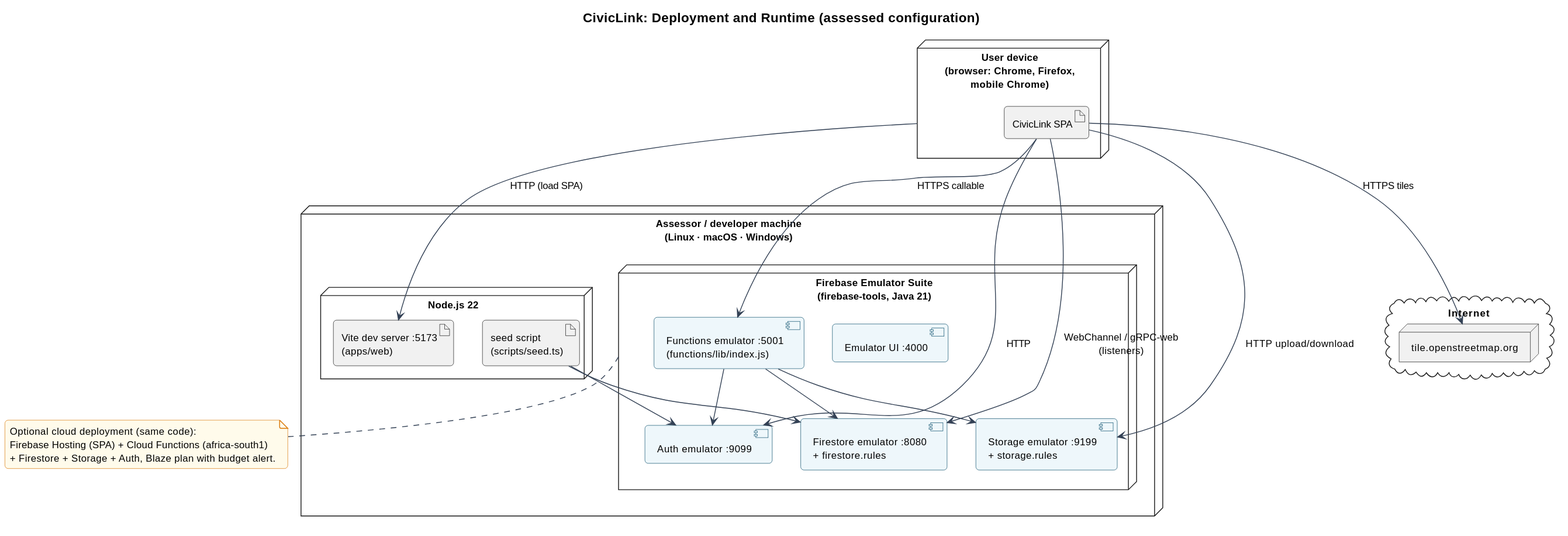
This is docs/diagrams/deployment.svg from altechemist/civiclink, a PlantUML export, as it was before one commit. The source it was exported from:
```plantuml
@startuml
!include _style.iuml
title CivicLink: Deployment and Runtime (assessed configuration)

node "Assessor / developer machine\n(Linux · macOS · Windows)" as PC {
  node "Node.js 22" {
    artifact "Vite dev server :5173\n(apps/web)" as Vite
    artifact "seed script\n(scripts/seed.ts)" as Seed
  }
  node "Firebase Emulator Suite\n(firebase-tools, Java 21)" as EMU {
    component "Auth emulator :9099" as EA
    component "Firestore emulator :8080\n+ firestore.rules" as EF
    component "Functions emulator :5001\n(functions/lib/index.js)" as EFN
    component "Storage emulator :9199\n+ storage.rules" as ES
    component "Emulator UI :4000" as EUI
  }
}
node "User device\n(browser: Chrome, Firefox,\nmobile Chrome)" as Browser {
  artifact "CivicLink SPA" as SPA
}
cloud "Internet" {
  node "tile.openstreetmap.org" as OSM
}

Browser --> Vite : HTTP (load SPA)
SPA --> EA : HTTP
SPA --> EF : WebChannel / gRPC-web\n(listeners)
SPA --> EFN : HTTPS callable
SPA --> ES : HTTP upload/download
SPA --> OSM : HTTPS tiles
EFN --> EF
EFN --> EA
EFN --> ES
Seed --> EF
Seed --> EA

note bottom of EMU
  Optional cloud deployment (same code):
  Firebase Hosting (SPA) + Cloud Functions (africa-south1)
  + Firestore + Storage + Auth, Blaze plan with budget alert.
end note
@enduml
```
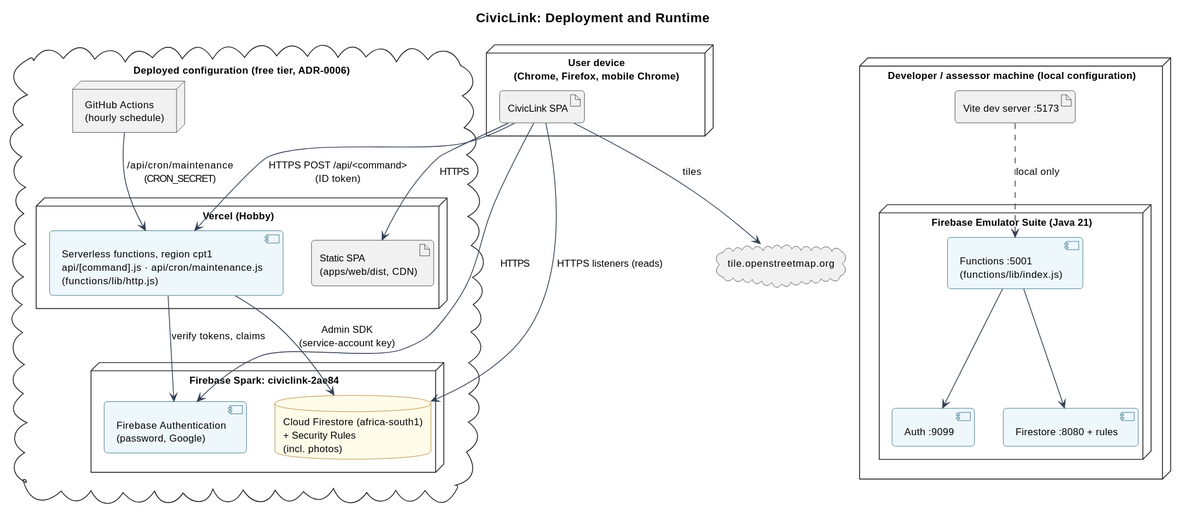
The same file after the commit.

The edit, as a diff of the source:
```diff
@@ -1,42 +1,42 @@
 @startuml
 !include _style.iuml
-title CivicLink: Deployment and Runtime (assessed configuration)
+title CivicLink: Deployment and Runtime
 
-node "Assessor / developer machine\n(Linux · macOS · Windows)" as PC {
-  node "Node.js 22" {
-    artifact "Vite dev server :5173\n(apps/web)" as Vite
-    artifact "seed script\n(scripts/seed.ts)" as Seed
+node "User device\n(Chrome, Firefox, mobile Chrome)" as Browser {
+  artifact "CivicLink SPA" as SPA
+}
+
+cloud "Deployed configuration (free tier, ADR-0006)" {
+  node "Vercel (Hobby)" as Vercel {
+    artifact "Static SPA\n(apps/web/dist, CDN)" as Static
+    component "Serverless functions, region cpt1\napi/[command].js · api/cron/maintenance.js\n(functions/lib/http.js)" as VApi
   }
-  node "Firebase Emulator Suite\n(firebase-tools, Java 21)" as EMU {
-    component "Auth emulator :9099" as EA
-    component "Firestore emulator :8080\n+ firestore.rules" as EF
-    component "Functions emulator :5001\n(functions/lib/index.js)" as EFN
-    component "Storage emulator :9199\n+ storage.rules" as ES
-    component "Emulator UI :4000" as EUI
+  node "Firebase Spark: civiclink-2ae84" as Fb {
+    component "Firebase Authentication\n(password, Google)" as FA
+    database "Cloud Firestore (africa-south1)\n+ Security Rules\n(incl. photos)" as FF
+  }
+  node "GitHub Actions\n(hourly schedule)" as GHA
+}
+
+node "Developer / assessor machine (local configuration)" as PC {
+  artifact "Vite dev server :5173" as Vite
+  node "Firebase Emulator Suite (Java 21)" as EMU {
+    component "Auth :9099" as EA
+    component "Firestore :8080 + rules" as EF
+    component "Functions :5001\n(functions/lib/index.js)" as EFN
   }
 }
-node "User device\n(browser: Chrome, Firefox,\nmobile Chrome)" as Browser {
-  artifact "CivicLink SPA" as SPA
-}
-cloud "Internet" {
-  node "tile.openstreetmap.org" as OSM
-}
+cloud "tile.openstreetmap.org" as OSM
 
-Browser --> Vite : HTTP (load SPA)
-SPA --> EA : HTTP
-SPA --> EF : WebChannel / gRPC-web\n(listeners)
-SPA --> EFN : HTTPS callable
-SPA --> ES : HTTP upload/download
-SPA --> OSM : HTTPS tiles
+SPA --> Static : HTTPS
+SPA --> VApi : HTTPS POST /api/<command>\n(ID token)
+SPA --> FA : HTTPS
+SPA --> FF : HTTPS listeners (reads)
+VApi --> FF : Admin SDK\n(service-account key)
+VApi --> FA : verify tokens, claims
+GHA --> VApi : /api/cron/maintenance\n(CRON_SECRET)
+SPA --> OSM : tiles
+Vite ..> EFN : local only
 EFN --> EF
 EFN --> EA
-EFN --> ES
-Seed --> EF
-Seed --> EA
-
-note bottom of EMU
-  Optional cloud deployment (same code):
-  Firebase Hosting (SPA) + Cloud Functions (africa-south1)
-  + Firestore + Storage + Auth, Blaze plan with budget alert.
-end note
 @enduml
```
